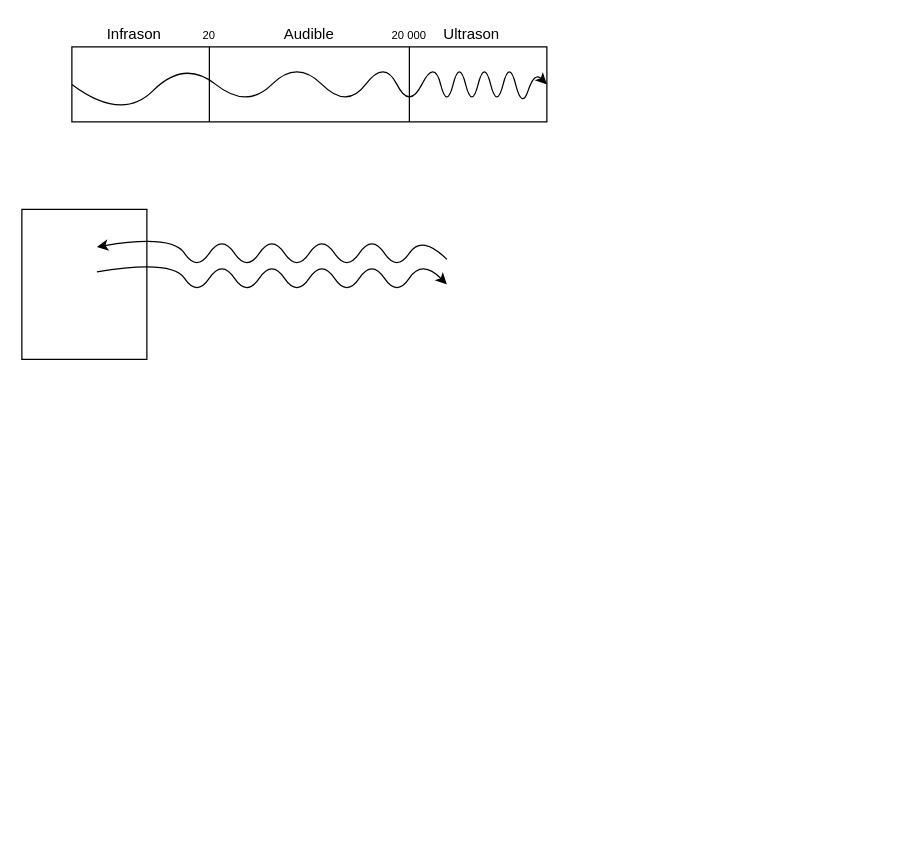
Earlier version of the draw.io diagram Son.drawio (MasterLaplace/Projet_NSI-SON). Source tidied: cells renumbered, new cells numbered last; positions are measured from the earlier drawing's top-left corner, leaving out a move shared by most shapes. Both pictures are drawn from the tidied source at 125%, with x=0, y=0 at pixel (21, 21).
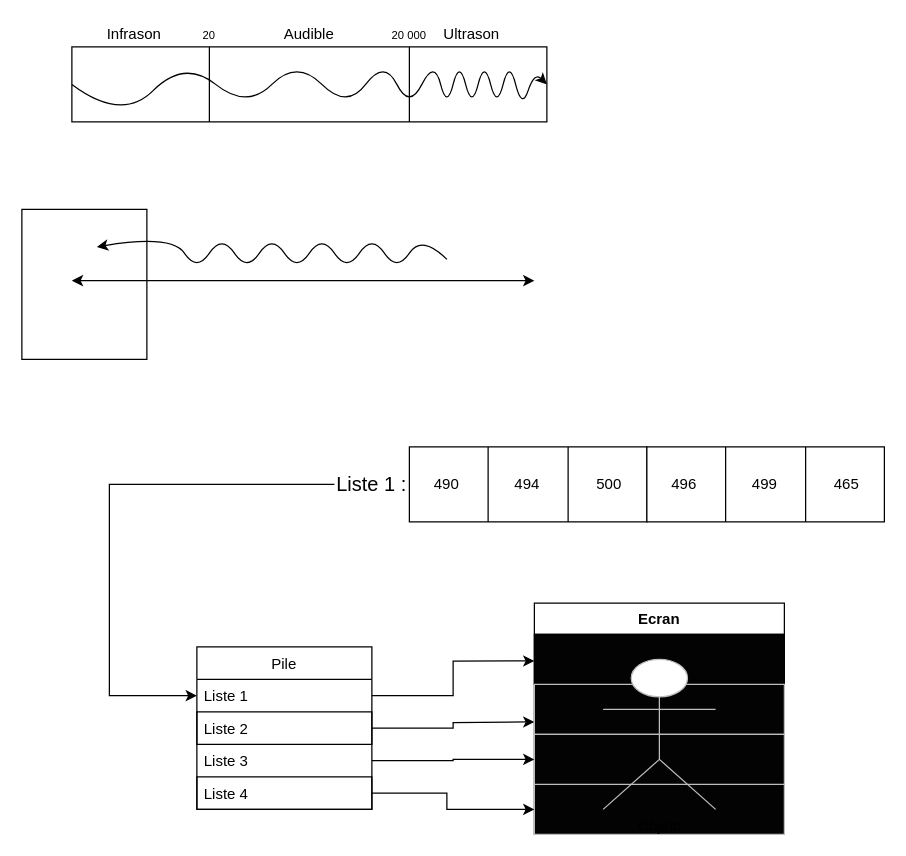
Above is the later version.

Change to the diagram source:
```diff
@@
-    <mxCell id="11" style="curved=1;endArrow=classic;html=1;verticalAlign=middle;shadow=0;horizontal=1;" parent="1" edge="1">
-      <mxGeometry relative="1" as="geometry">
-        <mxPoint x="60" y="200" as="sourcePoint" />
-        <mxPoint x="340" y="210" as="targetPoint" />
-        <Array as="points">
-          <mxPoint x="120" y="190" />
-          <mxPoint x="140" y="220" />
-          <mxPoint x="160" y="190" />
-          <mxPoint x="180" y="220" />
-          <mxPoint x="200" y="190" />
-          <mxPoint x="220" y="220" />
-          <mxPoint x="240" y="190" />
-          <mxPoint x="260" y="220" />
-          <mxPoint x="280" y="190" />
-          <mxPoint x="300" y="220" />
-          <mxPoint x="320" y="190" />
-        </Array>
-      </mxGeometry>
-    </mxCell>
+    <mxCell id="12" style="endArrow=classic;startArrow=classic;html=1;shadow=0;verticalAlign=middle;" parent="1" edge="1">
+      <mxGeometry relative="1" as="geometry">
+        <mxPoint x="40" y="207" as="sourcePoint" />
+        <mxPoint x="410" y="207" as="targetPoint" />
+      </mxGeometry>
+    </mxCell>
+    <mxCell id="13" style="edgeStyle=orthogonalEdgeStyle;rounded=0;jettySize=auto;html=1;shadow=0;verticalAlign=middle;" parent="1" edge="1" source="14">
+      <mxGeometry relative="1" as="geometry">
+        <mxPoint x="410" y="560" as="targetPoint" />
+      </mxGeometry>
+    </mxCell>
+    <mxCell id="14" value="Pile" style="swimlane;fontStyle=0;horizontal=1;startSize=26;" parent="1" vertex="1">
+      <mxGeometry x="140" y="500" width="140" height="130" as="geometry" />
+    </mxCell>
+    <mxCell id="15" value="Liste 1" style="text;strokeColor=none;fillColor=none;align=left;verticalAlign=top;spacingLeft=4;spacingRight=4;overflow=hidden;points=[[0,0.5],[1,0.5]];portConstraint=eastwest;labelBackgroundColor=none;labelBorderColor=none;" parent="14" vertex="1">
+      <mxGeometry y="26" width="140" height="26" as="geometry" />
+    </mxCell>
+    <mxCell id="16" value="Liste 2" style="text;fillColor=none;align=left;verticalAlign=top;spacingLeft=4;spacingRight=4;overflow=hidden;labelBorderColor=none;strokeColor=#000000;" parent="14" vertex="1">
+      <mxGeometry y="52" width="140" height="26" as="geometry" />
+    </mxCell>
+    <mxCell id="17" value="Liste 3" style="text;strokeColor=none;fillColor=none;align=left;verticalAlign=top;spacingLeft=4;spacingRight=4;overflow=hidden;points=[[0,0.5],[1,0.5]];portConstraint=eastwest;" parent="14" vertex="1">
+      <mxGeometry y="78" width="140" height="26" as="geometry" />
+    </mxCell>
+    <mxCell id="18" value="Liste 4" style="text;fillColor=none;align=left;verticalAlign=top;spacingLeft=4;spacingRight=4;overflow=hidden;points=[[0,0.5],[1,0.5]];portConstraint=eastwest;strokeColor=#000000;" parent="14" vertex="1">
+      <mxGeometry y="104" width="140" height="26" as="geometry" />
+    </mxCell>
+    <mxCell id="19" value="494" style="shape=process;whiteSpace=wrap;html=1;backgroundOutline=1;labelBackgroundColor=none;strokeColor=#000000;size=0.3333333333333333;" parent="1" vertex="1">
+      <mxGeometry x="310" y="340" width="190" height="60" as="geometry" />
+    </mxCell>
+    <mxCell id="20" value="499" style="shape=process;whiteSpace=wrap;html=1;backgroundOutline=1;labelBackgroundColor=none;strokeColor=#000000;size=0.3333333333333333;" parent="1" vertex="1">
+      <mxGeometry x="500" y="340" width="190" height="60" as="geometry" />
+    </mxCell>
+    <mxCell id="21" style="edgeStyle=orthogonalEdgeStyle;rounded=0;jettySize=auto;html=1;entryX=0;entryY=0.5;entryDx=0;entryDy=0;shadow=0;verticalAlign=middle;" parent="1" edge="1" source="22" target="15">
+      <mxGeometry relative="1" as="geometry">
+        <Array as="points">
+          <mxPoint x="70" y="370" />
+          <mxPoint x="70" y="539" />
+        </Array>
+      </mxGeometry>
+    </mxCell>
+    <mxCell id="22" value="&lt;font style=&quot;font-size: 16px&quot;&gt;Liste 1 :&lt;/font&gt;" style="text;html=1;strokeColor=none;fillColor=none;align=center;verticalAlign=middle;whiteSpace=wrap;rounded=0;labelBackgroundColor=none;" parent="1" vertex="1">
+      <mxGeometry x="250" y="360" width="60" height="20" as="geometry" />
+    </mxCell>
+    <mxCell id="23" value="490" style="text;html=1;strokeColor=none;fillColor=none;align=center;verticalAlign=middle;whiteSpace=wrap;rounded=0;labelBackgroundColor=none;" parent="1" vertex="1">
+      <mxGeometry x="320" y="360" width="40" height="20" as="geometry" />
+    </mxCell>
+    <mxCell id="24" value="500" style="text;html=1;strokeColor=none;fillColor=none;align=center;verticalAlign=middle;whiteSpace=wrap;rounded=0;labelBackgroundColor=none;" parent="1" vertex="1">
+      <mxGeometry x="450" y="360" width="40" height="20" as="geometry" />
+    </mxCell>
+    <mxCell id="25" value="496" style="text;html=1;strokeColor=none;fillColor=none;align=center;verticalAlign=middle;whiteSpace=wrap;rounded=0;labelBackgroundColor=none;" parent="1" vertex="1">
+      <mxGeometry x="510" y="360" width="40" height="20" as="geometry" />
+    </mxCell>
+    <mxCell id="26" value="465" style="text;html=1;strokeColor=none;fillColor=none;align=center;verticalAlign=middle;whiteSpace=wrap;rounded=0;labelBackgroundColor=none;" parent="1" vertex="1">
+      <mxGeometry x="640" y="360" width="40" height="20" as="geometry" />
+    </mxCell>
+    <mxCell id="27" value="Ecran" style="swimlane;labelBackgroundColor=none;strokeColor=#000000;html=0;startSize=25;" parent="1" vertex="1">
+      <mxGeometry x="410" y="465" width="200" height="185" as="geometry" />
+    </mxCell>
+    <mxCell id="28" style="whiteSpace=wrap;html=1;labelBackgroundColor=none;strokeColor=#000000;fillColor=#030303;gradientColor=none;" parent="27" vertex="1">
+      <mxGeometry y="25" width="200" height="40" as="geometry" />
+    </mxCell>
+    <mxCell id="29" style="whiteSpace=wrap;html=1;labelBackgroundColor=none;strokeColor=#BDBDBD;fillColor=#030303;gradientColor=none;" parent="27" vertex="1">
+      <mxGeometry y="65" width="200" height="40" as="geometry" />
+    </mxCell>
+    <mxCell id="30" style="whiteSpace=wrap;html=1;labelBackgroundColor=none;strokeColor=#BDBDBD;fillColor=#030303;gradientColor=none;" parent="27" vertex="1">
+      <mxGeometry y="145" width="200" height="40" as="geometry" />
+    </mxCell>
+    <mxCell id="31" style="whiteSpace=wrap;html=1;labelBackgroundColor=none;strokeColor=#BDBDBD;fillColor=#030303;gradientColor=none;" parent="27" vertex="1">
+      <mxGeometry y="105" width="200" height="40" as="geometry" />
+    </mxCell>
+    <mxCell id="32" value="Objetc" style="shape=umlActor;verticalLabelPosition=bottom;verticalAlign=top;html=1;labelBackgroundColor=none;strokeColor=#BDBDBD;" parent="27" vertex="1">
+      <mxGeometry x="55" y="45" width="90" height="120" as="geometry" />
+    </mxCell>
+    <mxCell id="33" style="edgeStyle=orthogonalEdgeStyle;rounded=0;jettySize=auto;html=1;entryX=0;entryY=0.25;entryDx=0;entryDy=0;shadow=0;verticalAlign=middle;" parent="1" edge="1" source="15" target="27">
+      <mxGeometry relative="1" as="geometry" />
+    </mxCell>
+    <mxCell id="34" style="edgeStyle=orthogonalEdgeStyle;rounded=0;jettySize=auto;html=1;shadow=0;verticalAlign=middle;entryX=0;entryY=0.5;entryDx=0;entryDy=0;" parent="1" edge="1" source="17" target="31">
+      <mxGeometry relative="1" as="geometry" />
+    </mxCell>
+    <mxCell id="35" style="edgeStyle=orthogonalEdgeStyle;rounded=0;jettySize=auto;html=1;shadow=0;verticalAlign=middle;entryX=0;entryY=0.5;entryDx=0;entryDy=0;" parent="1" edge="1" source="18" target="30">
+      <mxGeometry relative="1" as="geometry">
+        <Array as="points">
+          <mxPoint x="340" y="617" />
+          <mxPoint x="340" y="630" />
+        </Array>
+      </mxGeometry>
+    </mxCell>
```
